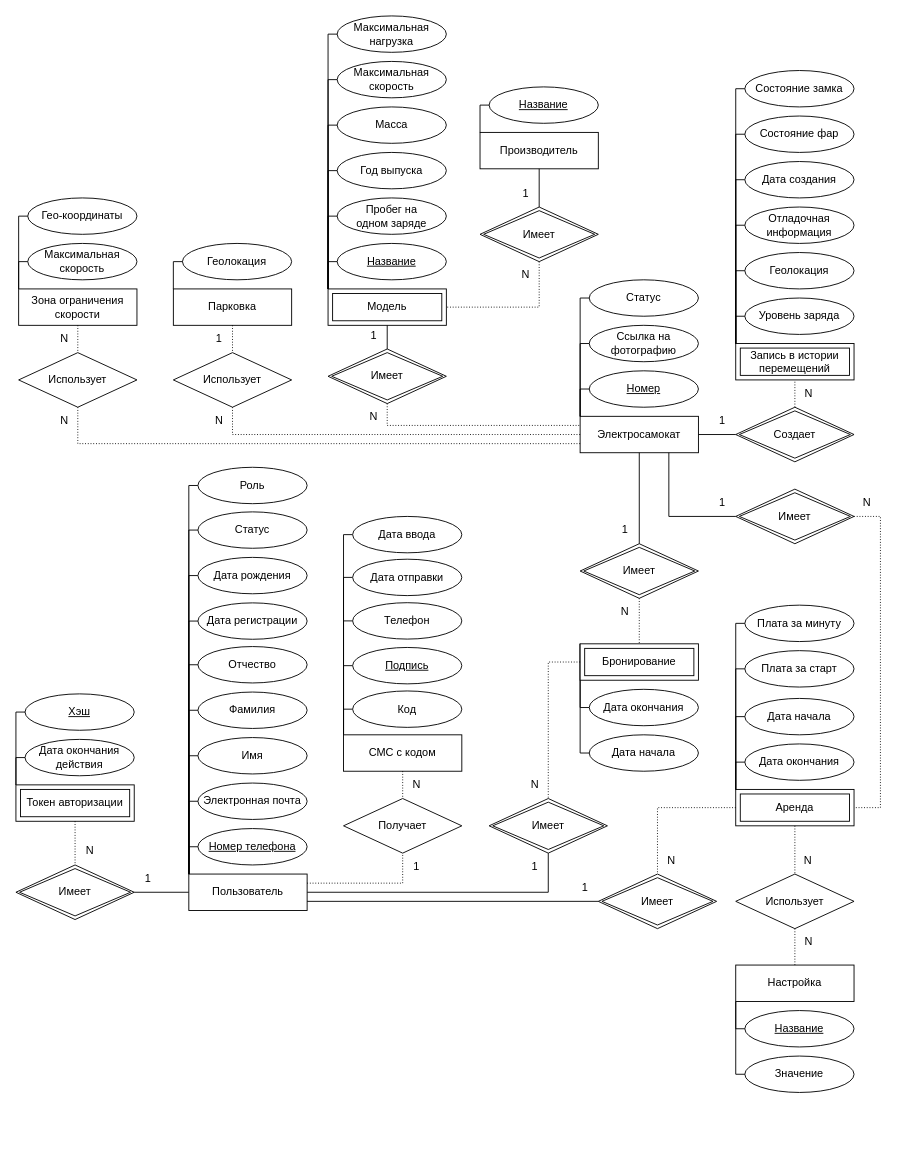
matveycodes/bmstu-db-cw keeps this draw.io diagram as docs/inc/img/er.drawio. Above is the earlier version. Source tidied: cells renumbered, new cells numbered last; positions are measured from the earlier drawing's top-left corner, leaving out a move shared by most shapes. Both pictures are drawn from the tidied source at 91%, with x=0, y=0 at pixel (15, 15).
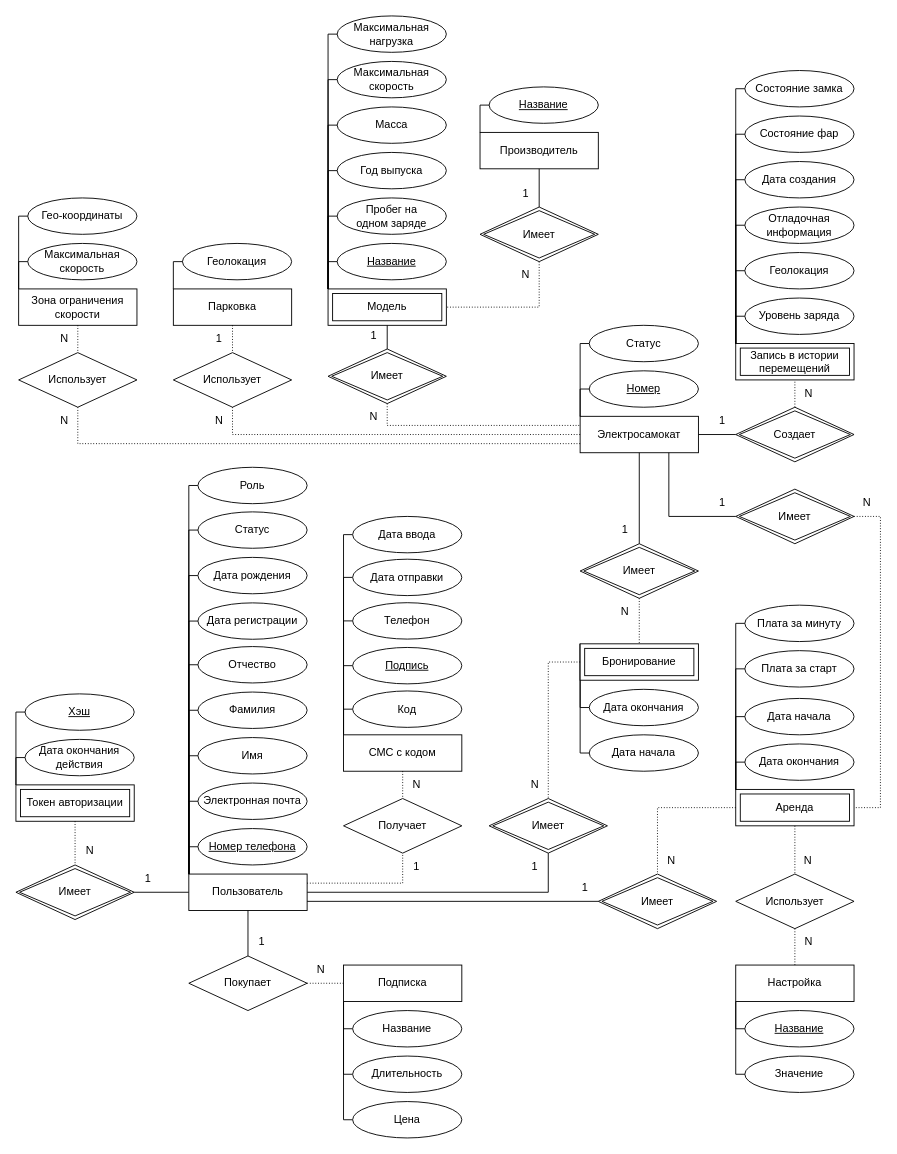
The same diagram, later.

Unchanged cells that the change refers to:
```xml
<mxCell id="18" style="group;fontSize=12;" parent="1" vertex="1">
  <mxGeometry x="620" y="190" width="130" height="290" as="geometry" />
</mxCell>
<mxCell id="20" value="Электросамокат" style="rounded=0;whiteSpace=wrap;html=1;fontSize=12;" parent="18" vertex="1">
  <mxGeometry y="250" width="130" height="40" as="geometry" />
</mxCell>
<mxCell id="117" value="Пользователь" style="rounded=0;whiteSpace=wrap;html=1;fontSize=12;" parent="1" vertex="1">
  <mxGeometry x="190" y="943" width="130" height="40" as="geometry" />
</mxCell>
```

What changed in the source:
```diff
@@
     <mxCell id="19" style="edgeStyle=orthogonalEdgeStyle;rounded=0;jettySize=auto;html=1;exitX=0;exitY=0;exitDx=0;exitDy=0;entryX=0;entryY=0.5;entryDx=0;entryDy=0;endArrow=none;endFill=0;fontSize=12;" parent="18" edge="1" source="20" target="25">
       <mxGeometry relative="1" as="geometry">
         <Array as="points">
-          <mxPoint y="120" />
+          <mxPoint y="170" />
         </Array>
       </mxGeometry>
     </mxCell>
@@
-    <mxCell id="23" value="Ссылка на фотографию" style="ellipse;whiteSpace=wrap;html=1;fontSize=12;" parent="18" vertex="1">
-      <mxGeometry x="10" y="150" width="120" height="40" as="geometry" />
-    </mxCell>
-    <mxCell id="24" style="edgeStyle=orthogonalEdgeStyle;shape=connector;rounded=0;jettySize=auto;html=1;exitX=0;exitY=0;exitDx=0;exitDy=0;entryX=0;entryY=0.5;entryDx=0;entryDy=0;labelBackgroundColor=default;strokeColor=default;fontFamily=Helvetica;fontSize=12;fontColor=default;endArrow=none;endFill=0;" parent="18" edge="1" source="20" target="23">
-      <mxGeometry relative="1" as="geometry">
-        <Array as="points">
-          <mxPoint y="170" />
-        </Array>
-      </mxGeometry>
-    </mxCell>
     <mxCell id="25" value="Статус" style="ellipse;whiteSpace=wrap;html=1;fontSize=12;" parent="18" vertex="1">
-      <mxGeometry x="10" y="100" width="120" height="40" as="geometry" />
+      <mxGeometry x="10" y="150" width="120" height="40" as="geometry" />
     </mxCell>
@@
+    <mxCell id="170" style="edgeStyle=orthogonalEdgeStyle;rounded=0;jettySize=auto;html=1;exitX=0;exitY=1;exitDx=0;exitDy=0;entryX=0;entryY=0.5;entryDx=0;entryDy=0;endArrow=none;endFill=0;" parent="1" edge="1" source="173" target="174">
+      <mxGeometry relative="1" as="geometry">
+        <Array as="points">
+          <mxPoint x="360" y="1113" />
+        </Array>
+      </mxGeometry>
+    </mxCell>
+    <mxCell id="171" style="edgeStyle=orthogonalEdgeStyle;rounded=0;jettySize=auto;html=1;exitX=0;exitY=1;exitDx=0;exitDy=0;entryX=0;entryY=0.5;entryDx=0;entryDy=0;endArrow=none;endFill=0;" parent="1" edge="1" source="173" target="175">
+      <mxGeometry relative="1" as="geometry">
+        <Array as="points">
+          <mxPoint x="360" y="1163" />
+        </Array>
+      </mxGeometry>
+    </mxCell>
+    <mxCell id="172" style="edgeStyle=orthogonalEdgeStyle;rounded=0;jettySize=auto;html=1;exitX=0;exitY=1;exitDx=0;exitDy=0;entryX=0;entryY=0.5;entryDx=0;entryDy=0;endArrow=none;endFill=0;" parent="1" edge="1" source="173" target="176">
+      <mxGeometry relative="1" as="geometry">
+        <Array as="points">
+          <mxPoint x="360" y="1213" />
+        </Array>
+      </mxGeometry>
+    </mxCell>
+    <mxCell id="173" value="Подписка" style="rounded=0;whiteSpace=wrap;html=1;fontSize=12;" parent="1" vertex="1">
+      <mxGeometry x="360" y="1043" width="130" height="40" as="geometry" />
+    </mxCell>
+    <mxCell id="174" value="Название" style="ellipse;whiteSpace=wrap;html=1;fontSize=12;" parent="1" vertex="1">
+      <mxGeometry x="370" y="1093" width="120" height="40" as="geometry" />
+    </mxCell>
+    <mxCell id="175" value="Длительность" style="ellipse;whiteSpace=wrap;html=1;fontSize=12;" parent="1" vertex="1">
+      <mxGeometry x="370" y="1143" width="120" height="40" as="geometry" />
+    </mxCell>
+    <mxCell id="176" value="Цена" style="ellipse;whiteSpace=wrap;html=1;fontSize=12;" parent="1" vertex="1">
+      <mxGeometry x="370" y="1193" width="120" height="40" as="geometry" />
+    </mxCell>
+    <mxCell id="177" value="Покупает" style="shape=rhombus;perimeter=rhombusPerimeter;whiteSpace=wrap;html=1;align=center;fontFamily=Helvetica;fontSize=12;fontColor=default;" parent="1" vertex="1">
+      <mxGeometry x="190" y="1033" width="130" height="60" as="geometry" />
+    </mxCell>
+    <mxCell id="178" style="endArrow=none;html=1;rounded=0;dashed=1;dashPattern=1 2;exitX=1;exitY=0.5;exitDx=0;exitDy=0;entryX=0;entryY=0.5;entryDx=0;entryDy=0;edgeStyle=orthogonalEdgeStyle;fontSize=12;" parent="1" edge="1" source="177" target="173">
+      <mxGeometry relative="1" as="geometry" />
+    </mxCell>
+    <mxCell id="179" value="N" style="text;html=1;align=center;verticalAlign=middle;strokeColor=none;fillColor=none;shadow=0;glass=0;spacing=2;fontSize=12;" parent="1" vertex="1">
+      <mxGeometry x="320" y="1033" width="30" height="30" as="geometry" />
+    </mxCell>
+    <mxCell id="180" style="endArrow=none;html=1;rounded=0;exitX=0.5;exitY=1;exitDx=0;exitDy=0;entryX=0.5;entryY=0;entryDx=0;entryDy=0;fontSize=12;" parent="1" edge="1" source="117" target="177">
+      <mxGeometry relative="1" as="geometry" />
+    </mxCell>
+    <mxCell id="181" value="1" style="text;html=1;align=center;verticalAlign=middle;strokeColor=none;fillColor=none;shadow=0;glass=0;spacing=2;fontSize=12;" parent="1" vertex="1">
+      <mxGeometry x="255" y="1003" width="30" height="30" as="geometry" />
+    </mxCell>
```
